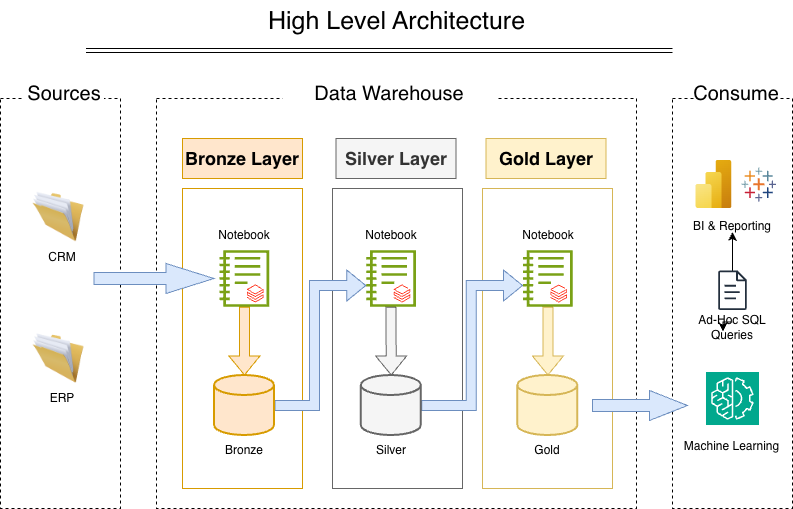
The draw.io diagram docs/data_architecture.png in Eshan-Sharma/sql-data-warehouse-project, before a commit. Source tidied: cells renumbered, new cells last; positions are measured from the earlier drawing's top-left corner, leaving out a move shared by most shapes. Its diagram source:
```xml
<mxGraphModel>
  <root>
    <mxCell id="0" />
    <mxCell id="1" parent="0" />
    <mxCell id="2" style="rounded=0;whiteSpace=wrap;html=1;fillColor=none;dashed=1;" parent="1" vertex="1">
      <mxGeometry y="98" width="120" height="410" as="geometry" />
    </mxCell>
    <mxCell id="3" value="&lt;font style=&quot;font-size: 20px;&quot;&gt;Sources&lt;/font&gt;" style="text;html=1;align=center;verticalAlign=middle;whiteSpace=wrap;rounded=0;fillColor=default;" parent="1" vertex="1">
      <mxGeometry x="23.5" y="78" width="80" height="30" as="geometry" />
    </mxCell>
    <mxCell id="4" style="rounded=0;whiteSpace=wrap;html=1;fillColor=none;dashed=1;" parent="1" vertex="1">
      <mxGeometry x="156" y="98" width="480" height="410" as="geometry" />
    </mxCell>
    <mxCell id="5" value="&lt;font style=&quot;font-size: 20px;&quot;&gt;Data Warehouse&lt;/font&gt;" style="text;html=1;align=center;verticalAlign=middle;whiteSpace=wrap;rounded=0;fillColor=default;" parent="1" vertex="1">
      <mxGeometry x="282" y="78" width="213.5" height="30" as="geometry" />
    </mxCell>
    <mxCell id="6" value="&lt;font style=&quot;font-size: 18px;&quot;&gt;Bronze Layer&lt;/font&gt;" style="rounded=0;whiteSpace=wrap;html=1;fillColor=#ffe6cc;strokeColor=#d79b00;fontStyle=1;" parent="1" vertex="1">
      <mxGeometry x="182" y="138" width="120" height="40" as="geometry" />
    </mxCell>
    <mxCell id="7" value="&lt;font style=&quot;font-size: 18px;&quot;&gt;Silver Layer&lt;/font&gt;" style="rounded=0;whiteSpace=wrap;html=1;fillColor=#f5f5f5;strokeColor=#666666;fontColor=#333333;fontStyle=1;" parent="1" vertex="1">
      <mxGeometry x="335.5" y="138" width="120" height="40" as="geometry" />
    </mxCell>
    <mxCell id="8" value="&lt;font style=&quot;font-size: 18px;&quot;&gt;Gold Layer&lt;/font&gt;" style="rounded=0;whiteSpace=wrap;html=1;fillColor=#fff2cc;strokeColor=#d6b656;fontStyle=1;" parent="1" vertex="1">
      <mxGeometry x="485.5" y="138" width="120" height="40" as="geometry" />
    </mxCell>
    <mxCell id="9" style="rounded=0;whiteSpace=wrap;html=1;fillColor=none;strokeColor=#d79b00;" parent="1" vertex="1">
      <mxGeometry x="182" y="188" width="120" height="300" as="geometry" />
    </mxCell>
    <mxCell id="10" style="rounded=0;whiteSpace=wrap;html=1;fillColor=none;strokeColor=#666666;align=center;verticalAlign=middle;fontFamily=Helvetica;fontSize=12;fontColor=#333333;" parent="1" vertex="1">
      <mxGeometry x="332" y="188" width="130" height="300" as="geometry" />
    </mxCell>
    <mxCell id="11" style="rounded=0;whiteSpace=wrap;html=1;fillColor=none;strokeColor=#d6b656;align=center;verticalAlign=middle;fontFamily=Helvetica;fontSize=12;" parent="1" vertex="1">
      <mxGeometry x="482" y="188" width="130" height="300" as="geometry" />
    </mxCell>
    <mxCell id="12" style="image;html=1;image=img/lib/clip_art/general/Full_Folder_128x128.png;" parent="1" vertex="1">
      <mxGeometry x="32.5" y="191.5" width="51" height="50" as="geometry" />
    </mxCell>
    <mxCell id="13" style="image;html=1;image=img/lib/clip_art/general/Full_Folder_128x128.png;" parent="1" vertex="1">
      <mxGeometry x="32.5" y="333" width="51" height="50" as="geometry" />
    </mxCell>
    <mxCell id="14" value="CRM" style="text;html=1;align=center;verticalAlign=middle;whiteSpace=wrap;rounded=0;" parent="1" vertex="1">
      <mxGeometry x="31.5" y="241.5" width="60" height="30" as="geometry" />
    </mxCell>
    <mxCell id="15" value="ERP" style="text;html=1;align=center;verticalAlign=middle;whiteSpace=wrap;rounded=0;" parent="1" vertex="1">
      <mxGeometry x="31.5" y="383" width="60" height="30" as="geometry" />
    </mxCell>
    <mxCell id="16" value="&lt;font style=&quot;font-size: 25px;&quot;&gt;High Level Architecture&lt;/font&gt;" style="text;html=1;align=center;verticalAlign=middle;strokeColor=none;fillColor=none;fontSize=16;" parent="1" vertex="1">
      <mxGeometry x="256" width="280" height="40" as="geometry" />
    </mxCell>
    <mxCell id="17" style="shape=link;html=1;rounded=0;fontSize=12;startSize=8;endSize=8;curved=1;" parent="1" edge="1">
      <mxGeometry relative="1" as="geometry">
        <mxPoint x="85.5" y="50" as="sourcePoint" />
        <mxPoint x="672" y="50" as="targetPoint" />
      </mxGeometry>
    </mxCell>
    <mxCell id="18" style="endArrow=classic;html=1;rounded=0;exitX=1;exitY=0.5;exitDx=0;exitDy=0;entryX=0;entryY=0.5;entryDx=0;entryDy=0;" parent="1" edge="1" target="x">
      <mxGeometry relative="1" as="geometry">
        <mxPoint x="505.5" y="435" as="sourcePoint" />
      </mxGeometry>
    </mxCell>
    <mxCell id="19" value="&lt;div&gt;&lt;br&gt;&lt;/div&gt;" style="rounded=0;whiteSpace=wrap;html=1;fillColor=none;dashed=1;" parent="1" vertex="1">
      <mxGeometry x="672" y="98" width="120" height="410" as="geometry" />
    </mxCell>
    <mxCell id="20" value="&lt;font style=&quot;font-size: 20px;&quot;&gt;Consume&lt;/font&gt;" style="text;html=1;align=center;verticalAlign=middle;whiteSpace=wrap;rounded=0;fillColor=default;" parent="1" vertex="1">
      <mxGeometry x="695.5" y="78" width="80" height="30" as="geometry" />
    </mxCell>
    <mxCell id="21" style="image;html=1;align=center;fontSize=12;image=img/lib/azure2/analytics/Power_BI_Embedded.svg;" parent="1" vertex="1">
      <mxGeometry x="695.5" y="160" width="36" height="48" as="geometry" />
    </mxCell>
    <mxCell id="22" style="verticalLabelPosition=bottom;html=1;shape=mxgraph.salesforce.analytics;fillColorStyles=fillColor2,fillColor3,fillColor4,fillColor5,fillColor6,fillColor7,fillColor8;fillColor2=#7099a6;fillColor3=#eb912c;fillColor4=#c72035;fillColor5=#1f447e;fillColor6=#59879b;fillColor7=#e8762c;fillColor8=#5b6591;fillColor=none;strokeColor=none;" parent="1" vertex="1">
      <mxGeometry x="741" y="167.1" width="34.5" height="33.8" as="geometry" />
    </mxCell>
    <mxCell id="23" value="&lt;font style=&quot;font-size: 12px;&quot;&gt;BI &amp;amp; Reporting&lt;/font&gt;" style="text;html=1;align=center;verticalAlign=middle;whiteSpace=wrap;rounded=0;fillColor=default;" parent="1" vertex="1">
      <mxGeometry x="687" y="220" width="90" height="11.5" as="geometry" />
    </mxCell>
    <mxCell id="24" style="edgeStyle=orthogonalEdgeStyle;rounded=0;jettySize=auto;html=1;" parent="1" edge="1" source="25" target="23">
      <mxGeometry relative="1" as="geometry" />
    </mxCell>
    <mxCell id="25" style="sketch=0;outlineConnect=0;fontColor=#232F3E;gradientColor=none;fillColor=#232F3D;strokeColor=none;dashed=0;verticalLabelPosition=bottom;verticalAlign=top;align=center;html=1;fontSize=12;fontStyle=0;shape=mxgraph.aws4.document;" parent="1" vertex="1">
      <mxGeometry x="717.6" y="270" width="28.9" height="39.5" as="geometry" />
    </mxCell>
    <mxCell id="26" value="&lt;font style=&quot;font-size: 12px;&quot;&gt;Ad-Hoc SQL Queries&lt;/font&gt;" style="text;html=1;align=center;verticalAlign=middle;whiteSpace=wrap;rounded=0;fillColor=default;" parent="1" vertex="1">
      <mxGeometry x="687" y="321.5" width="90" height="11.5" as="geometry" />
    </mxCell>
    <mxCell id="27" style="edgeStyle=orthogonalEdgeStyle;rounded=0;orthogonalLoop=1;jettySize=auto;html=1;exitX=0.5;exitY=0;exitDx=0;exitDy=0;entryX=0.394;entryY=0.826;entryDx=0;entryDy=0;entryPerimeter=0;" parent="1" edge="1" source="26" target="26">
      <mxGeometry relative="1" as="geometry" />
    </mxCell>
    <mxCell id="28" style="sketch=0;fontColor=#232F3E;fillColor=#01A88D;strokeColor=#ffffff;dashed=0;verticalLabelPosition=bottom;verticalAlign=top;align=center;html=1;fontSize=12;fontStyle=0;shape=mxgraph.aws4.resourceIcon;resIcon=mxgraph.aws4.machine_learning;" parent="1" vertex="1">
      <mxGeometry x="705.5" y="371.5" width="53" height="53" as="geometry" />
    </mxCell>
    <mxCell id="29" value="&lt;font style=&quot;font-size: 12px;&quot;&gt;Machine Learning&lt;/font&gt;" style="text;html=1;align=center;verticalAlign=middle;whiteSpace=wrap;rounded=0;fillColor=default;" parent="1" vertex="1">
      <mxGeometry x="682" y="440" width="98.5" height="11.5" as="geometry" />
    </mxCell>
    <mxCell id="30" style="edgeStyle=orthogonalEdgeStyle;shape=flexArrow;rounded=0;jettySize=auto;html=1;fillColor=#dae8fc;strokeColor=#6c8ebf;" parent="1" edge="1" source="31" target="36">
      <mxGeometry relative="1" as="geometry">
        <Array as="points">
          <mxPoint x="314" y="405" />
          <mxPoint x="314" y="285" />
        </Array>
      </mxGeometry>
    </mxCell>
    <mxCell id="31" style="strokeWidth=2;html=1;shape=mxgraph.flowchart.database;whiteSpace=wrap;fillColor=#ffe6cc;strokeColor=#d79b00;" parent="1" vertex="1">
      <mxGeometry x="214" y="375" width="60" height="60" as="geometry" />
    </mxCell>
    <mxCell id="32" style="group;" parent="1" vertex="1">
      <mxGeometry x="219" y="249.5" width="50" height="57" as="geometry" />
    </mxCell>
    <mxCell id="33" style="sketch=0;outlineConnect=0;fontColor=#232F3E;gradientColor=none;fillColor=#7AA116;strokeColor=none;dashed=0;verticalLabelPosition=bottom;verticalAlign=top;align=center;html=1;fontSize=12;fontStyle=0;shape=mxgraph.aws4.notebook;" parent="32" vertex="1">
      <mxGeometry width="49.7" height="57" as="geometry" />
    </mxCell>
    <mxCell id="34" style="image;html=1;align=center;fontSize=12;image=img/lib/azure2/analytics/Azure_Databricks.svg;" parent="32" vertex="1">
      <mxGeometry x="27.9" y="34.9" width="16.7" height="18" as="geometry" />
    </mxCell>
    <mxCell id="35" style="group;" parent="1" vertex="1">
      <mxGeometry x="365.8" y="249.5" width="50" height="57" as="geometry" />
    </mxCell>
    <mxCell id="36" style="sketch=0;outlineConnect=0;fontColor=#232F3E;gradientColor=none;fillColor=#7AA116;strokeColor=none;dashed=0;verticalLabelPosition=bottom;verticalAlign=top;align=center;html=1;fontSize=12;fontStyle=0;shape=mxgraph.aws4.notebook;" parent="35" vertex="1">
      <mxGeometry width="49.7" height="57" as="geometry" />
    </mxCell>
    <mxCell id="37" style="image;html=1;align=center;fontSize=12;image=img/lib/azure2/analytics/Azure_Databricks.svg;" parent="35" vertex="1">
      <mxGeometry x="27.9" y="34.9" width="16.7" height="18" as="geometry" />
    </mxCell>
    <mxCell id="38" style="shape=singleArrow;whiteSpace=wrap;html=1;arrowWidth=0.4;arrowSize=0.4;fillColor=#dae8fc;strokeColor=#6c8ebf;" parent="1" vertex="1">
      <mxGeometry x="93.5" y="263" width="120" height="30" as="geometry" />
    </mxCell>
    <mxCell id="39" style="edgeStyle=orthogonalEdgeStyle;shape=flexArrow;rounded=0;jettySize=auto;html=1;fillColor=#ffe6cc;strokeColor=#d79b00;" parent="1" edge="1" source="33" target="31">
      <mxGeometry relative="1" as="geometry" />
    </mxCell>
    <mxCell id="40" style="edgeStyle=orthogonalEdgeStyle;shape=flexArrow;rounded=0;jettySize=auto;html=1;fillColor=#dae8fc;strokeColor=#6c8ebf;" parent="1" edge="1" source="41" target="43">
      <mxGeometry relative="1" as="geometry">
        <Array as="points">
          <mxPoint x="470.8" y="405" />
          <mxPoint x="470.8" y="285" />
        </Array>
      </mxGeometry>
    </mxCell>
    <mxCell id="41" style="strokeWidth=2;html=1;shape=mxgraph.flowchart.database;whiteSpace=wrap;fillColor=#f5f5f5;fontColor=#333333;strokeColor=#666666;" parent="1" vertex="1">
      <mxGeometry x="360.8" y="375" width="60" height="60" as="geometry" />
    </mxCell>
    <mxCell id="42" style="group;" parent="1" vertex="1">
      <mxGeometry x="522.5" y="249.5" width="50" height="57" as="geometry" />
    </mxCell>
    <mxCell id="43" style="sketch=0;outlineConnect=0;fontColor=#232F3E;gradientColor=none;fillColor=#7AA116;strokeColor=none;dashed=0;verticalLabelPosition=bottom;verticalAlign=top;align=center;html=1;fontSize=12;fontStyle=0;shape=mxgraph.aws4.notebook;" parent="42" vertex="1">
      <mxGeometry width="49.7" height="57" as="geometry" />
    </mxCell>
    <mxCell id="44" style="image;html=1;align=center;fontSize=12;image=img/lib/azure2/analytics/Azure_Databricks.svg;" parent="42" vertex="1">
      <mxGeometry x="27.9" y="34.9" width="16.7" height="18" as="geometry" />
    </mxCell>
    <mxCell id="45" style="edgeStyle=orthogonalEdgeStyle;shape=flexArrow;rounded=0;jettySize=auto;html=1;fillColor=#f5f5f5;strokeColor=#666666;" parent="1" edge="1" source="36" target="41">
      <mxGeometry relative="1" as="geometry" />
    </mxCell>
    <mxCell id="46" style="strokeWidth=2;html=1;shape=mxgraph.flowchart.database;whiteSpace=wrap;fillColor=#fff2cc;strokeColor=#d6b656;" parent="1" vertex="1">
      <mxGeometry x="517.4" y="375" width="60" height="60" as="geometry" />
    </mxCell>
    <mxCell id="47" style="edgeStyle=orthogonalEdgeStyle;shape=flexArrow;rounded=0;jettySize=auto;html=1;fillColor=#fff2cc;strokeColor=#d6b656;" parent="1" edge="1" source="43" target="46">
      <mxGeometry relative="1" as="geometry" />
    </mxCell>
    <mxCell id="48" value="Bronze" style="text;html=1;align=center;verticalAlign=middle;whiteSpace=wrap;rounded=0;" parent="1" vertex="1">
      <mxGeometry x="214" y="435" width="60" height="30" as="geometry" />
    </mxCell>
    <mxCell id="49" value="Silver" style="text;html=1;align=center;verticalAlign=middle;whiteSpace=wrap;rounded=0;" parent="1" vertex="1">
      <mxGeometry x="360.8" y="435" width="60" height="30" as="geometry" />
    </mxCell>
    <mxCell id="50" value="Gold" style="text;html=1;align=center;verticalAlign=middle;whiteSpace=wrap;rounded=0;" parent="1" vertex="1">
      <mxGeometry x="517.4" y="435" width="60" height="30" as="geometry" />
    </mxCell>
    <mxCell id="51" value="Notebook" style="text;html=1;align=center;verticalAlign=middle;whiteSpace=wrap;rounded=0;" parent="1" vertex="1">
      <mxGeometry x="214" y="219.5" width="60" height="30" as="geometry" />
    </mxCell>
    <mxCell id="52" value="Notebook" style="text;html=1;align=center;verticalAlign=middle;whiteSpace=wrap;rounded=0;" parent="1" vertex="1">
      <mxGeometry x="360.8" y="219.5" width="60" height="30" as="geometry" />
    </mxCell>
    <mxCell id="53" value="Notebook" style="text;html=1;align=center;verticalAlign=middle;whiteSpace=wrap;rounded=0;" parent="1" vertex="1">
      <mxGeometry x="517.5" y="219.5" width="60" height="30" as="geometry" />
    </mxCell>
    <mxCell id="54" style="shape=singleArrow;whiteSpace=wrap;html=1;arrowWidth=0.4;arrowSize=0.4;fillColor=#dae8fc;strokeColor=#6c8ebf;" parent="1" vertex="1">
      <mxGeometry x="592" y="390" width="95" height="30" as="geometry" />
    </mxCell>
  </root>
</mxGraphModel>
```
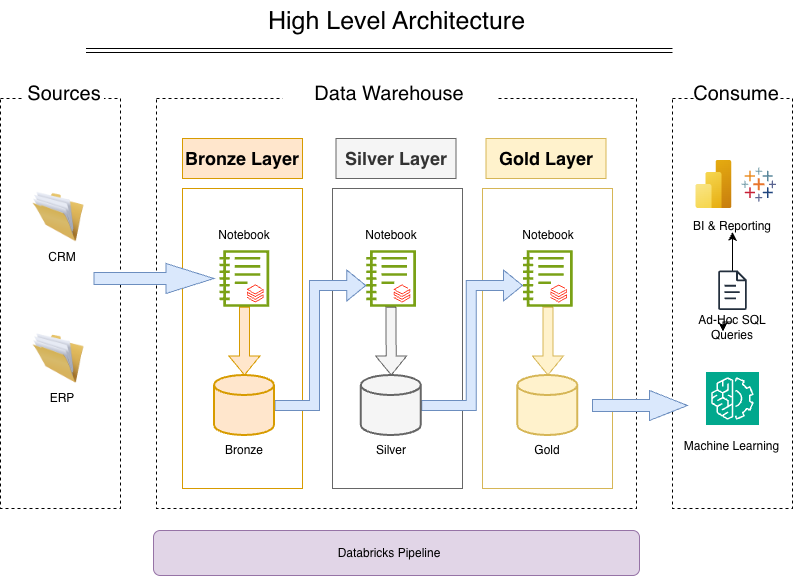
After the change.

Commit message:
update data architecture

The edit, as a diff of the source:
```diff
@@ -53,11 +53,6 @@
         <mxPoint x="672" y="50" as="targetPoint" />
       </mxGeometry>
     </mxCell>
-    <mxCell id="18" style="endArrow=classic;html=1;rounded=0;exitX=1;exitY=0.5;exitDx=0;exitDy=0;entryX=0;entryY=0.5;entryDx=0;entryDy=0;" parent="1" edge="1" target="x">
-      <mxGeometry relative="1" as="geometry">
-        <mxPoint x="505.5" y="435" as="sourcePoint" />
-      </mxGeometry>
-    </mxCell>
     <mxCell id="19" value="&lt;div&gt;&lt;br&gt;&lt;/div&gt;" style="rounded=0;whiteSpace=wrap;html=1;fillColor=none;dashed=1;" parent="1" vertex="1">
       <mxGeometry x="672" y="98" width="120" height="410" as="geometry" />
     </mxCell>
@@ -176,5 +171,11 @@
     <mxCell id="54" style="shape=singleArrow;whiteSpace=wrap;html=1;arrowWidth=0.4;arrowSize=0.4;fillColor=#dae8fc;strokeColor=#6c8ebf;" parent="1" vertex="1">
       <mxGeometry x="592" y="390" width="95" height="30" as="geometry" />
     </mxCell>
+    <mxCell id="55" style="rounded=1;whiteSpace=wrap;html=1;fillColor=#e1d5e7;strokeColor=#9673a6;" parent="1" vertex="1">
+      <mxGeometry x="153" y="530" width="486" height="45" as="geometry" />
+    </mxCell>
+    <mxCell id="56" value="Databricks Pipeline" style="text;html=1;align=center;verticalAlign=middle;whiteSpace=wrap;rounded=0;" parent="1" vertex="1">
+      <mxGeometry x="308.8" y="537.5" width="160" height="30" as="geometry" />
+    </mxCell>
   </root>
 </mxGraphModel>
```
